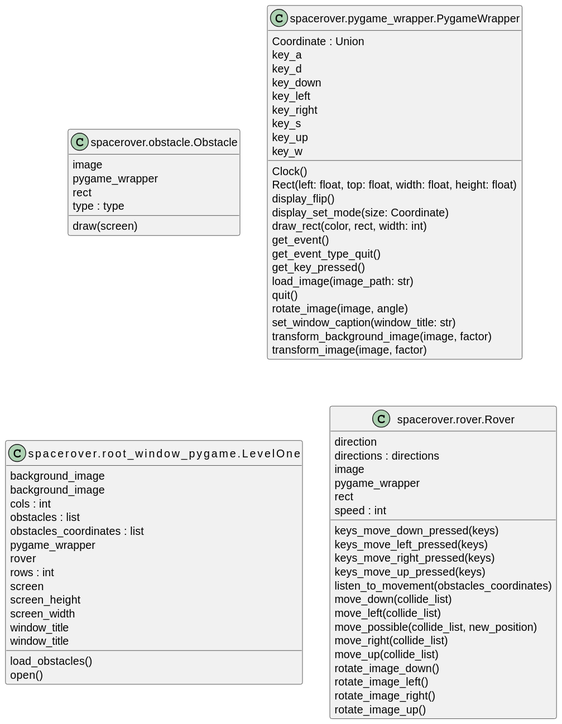
teko-L-TIN-22-Di-a/rover keeps this PlantUML diagram as images/classes.svg. Above is the earlier version.
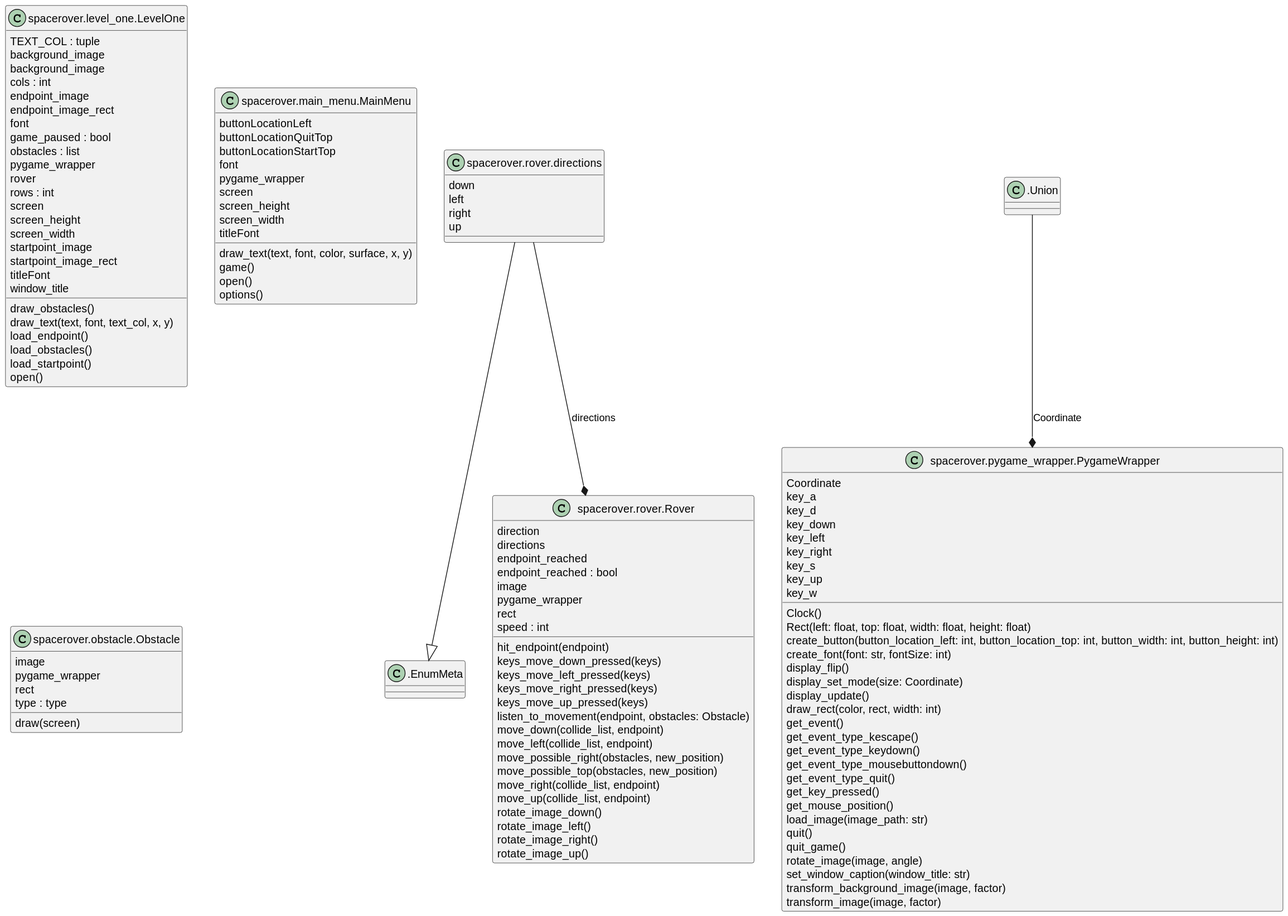
Above is the later version.

The edit, as a diff of the source:
```diff
@@ -1,5 +1,51 @@
 @startuml classes
 set namespaceSeparator none
+class ".EnumMeta" as .EnumMeta {
+}
+class ".Union" as .Union {
+}
+class "spacerover.level_one.LevelOne" as spacerover.level_one.LevelOne {
+  TEXT_COL : tuple
+  background_image
+  background_image
+  cols : int
+  endpoint_image
+  endpoint_image_rect
+  font
+  game_paused : bool
+  obstacles : list
+  pygame_wrapper
+  rover
+  rows : int
+  screen
+  screen_height
+  screen_width
+  startpoint_image
+  startpoint_image_rect
+  titleFont
+  window_title
+  draw_obstacles()
+  draw_text(text, font, text_col, x, y)
+  load_endpoint()
+  load_obstacles()
+  load_startpoint()
+  open()
+}
+class "spacerover.main_menu.MainMenu" as spacerover.main_menu.MainMenu {
+  buttonLocationLeft
+  buttonLocationQuitTop
+  buttonLocationStartTop
+  font
+  pygame_wrapper
+  screen
+  screen_height
+  screen_width
+  titleFont
+  draw_text(text, font, color, surface, x, y)
+  game()
+  open()
+  options()
+}
 class "spacerover.obstacle.Obstacle" as spacerover.obstacle.Obstacle {
   image
   pygame_wrapper
@@ -8,7 +54,7 @@
   draw(screen)
 }
 class "spacerover.pygame_wrapper.PygameWrapper" as spacerover.pygame_wrapper.PygameWrapper {
-  Coordinate : Union
+  Coordinate
   key_a
   key_d
   key_down
@@ -19,56 +65,60 @@
   key_w
   Clock()
   Rect(left: float, top: float, width: float, height: float)
+  create_button(button_location_left: int, button_location_top: int, button_width: int, button_height: int)
+  create_font(font: str, fontSize: int)
   display_flip()
   display_set_mode(size: Coordinate)
+  display_update()
   draw_rect(color, rect, width: int)
   get_event()
+  get_event_type_kescape()
+  get_event_type_keydown()
+  get_event_type_mousebuttondown()
   get_event_type_quit()
   get_key_pressed()
+  get_mouse_position()
   load_image(image_path: str)
   quit()
+  quit_game()
   rotate_image(image, angle)
   set_window_caption(window_title: str)
   transform_background_image(image, factor)
   transform_image(image, factor)
 }
-class "spacerover.root_window_pygame.LevelOne" as spacerover.root_window_pygame.LevelOne {
-  background_image
-  background_image
-  cols : int
-  obstacles : list
-  obstacles_coordinates : list
-  pygame_wrapper
-  rover
-  rows : int
-  screen
-  screen_height
-  screen_width
-  window_title
-  window_title
-  load_obstacles()
-  open()
-}
 class "spacerover.rover.Rover" as spacerover.rover.Rover {
   direction
-  directions : directions
+  directions
+  endpoint_reached
+  endpoint_reached : bool
   image
   pygame_wrapper
   rect
   speed : int
+  hit_endpoint(endpoint)
   keys_move_down_pressed(keys)
   keys_move_left_pressed(keys)
   keys_move_right_pressed(keys)
   keys_move_up_pressed(keys)
-  listen_to_movement(obstacles_coordinates)
-  move_down(collide_list)
-  move_left(collide_list)
-  move_possible(collide_list, new_position)
-  move_right(collide_list)
-  move_up(collide_list)
+  listen_to_movement(endpoint, obstacles: Obstacle)
+  move_down(collide_list, endpoint)
+  move_left(collide_list, endpoint)
+  move_possible_right(obstacles, new_position)
+  move_possible_top(obstacles, new_position)
+  move_right(collide_list, endpoint)
+  move_up(collide_list, endpoint)
   rotate_image_down()
   rotate_image_left()
   rotate_image_right()
   rotate_image_up()
 }
+class "spacerover.rover.directions" as spacerover.rover.Rover.directions {
+  down
+  left
+  right
+  up
+}
+spacerover.rover.Rover.directions --|> .EnumMeta
+.Union --* spacerover.pygame_wrapper.PygameWrapper : Coordinate
+spacerover.rover.Rover.directions --* spacerover.rover.Rover : directions
 @enduml
```
